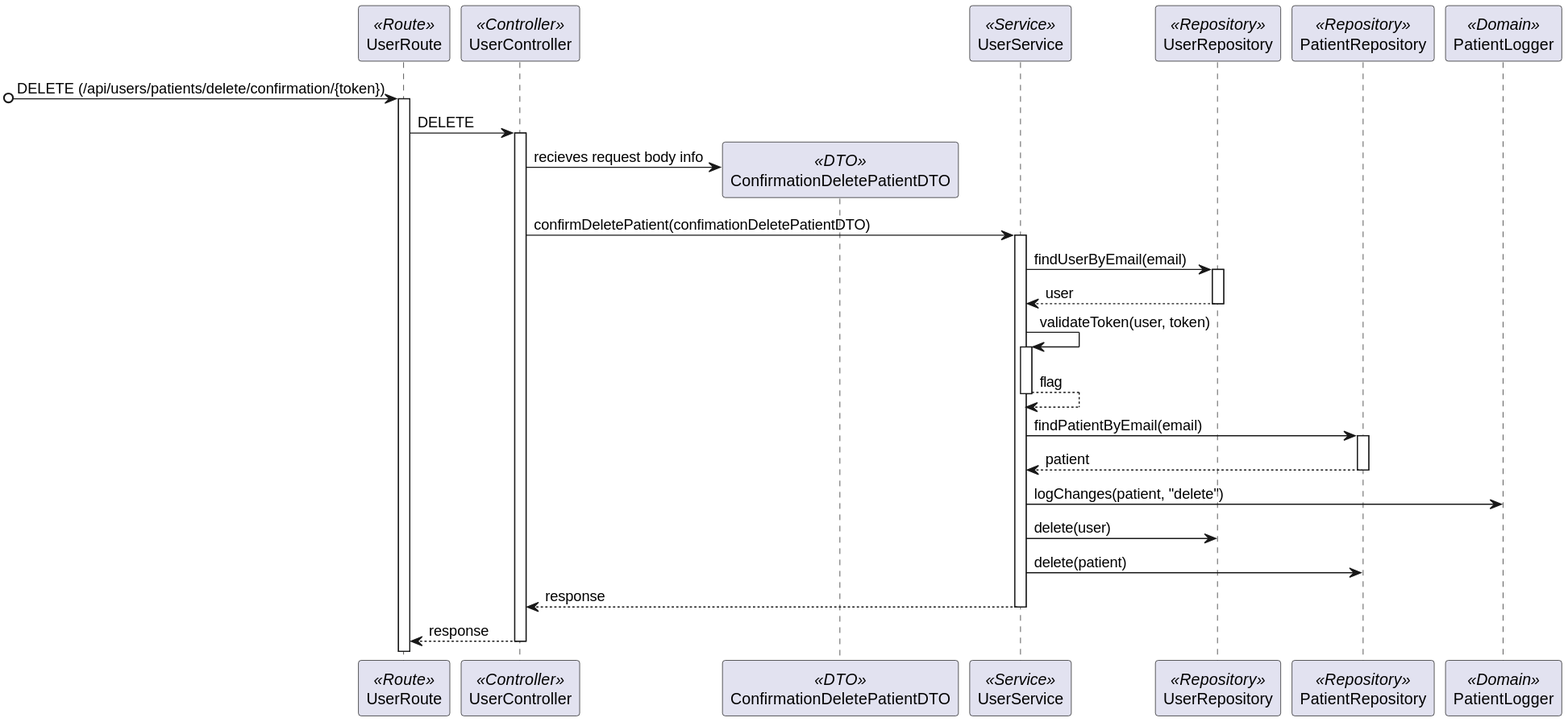
Before: docs/Sprint_1/US_5.1.5/L3/Process_View_Posterior_Confirmation.svg, a diagram exported from PlantUML (Rodrick0209/ISEP-SEM5PI-24-25). Source of this version:
```plantuml
@startuml
participant UserRoute as Route <<Route>>
participant UserController as Controller <<Controller>>
participant ConfirmationDeletePatientDTO as ConfirmationDTO <<DTO>>
participant UserService as Service <<Service>>
participant UserRepository as Repository <<Repository>>
participant PatientRepository as PatientRepository <<Repository>>
participant PatientLogger as PatientLogger <<Domain>>
[o-> Route : DELETE (/api/users/patients/delete/confirmation/{token})
activate Route
Route -> Controller : DELETE
activate Controller
Controller -> ConfirmationDTO** : recieves request body info
Controller -> Service : confirmDeletePatient(confimationDeletePatientDTO)
activate Service
Service -> Repository : findUserByEmail(email)
activate Repository
return user
Service -> Service : validateToken(user, token)
activate Service
return flag
Service -> PatientRepository : findPatientByEmail(email)
activate PatientRepository
return patient
Service -> PatientLogger: logChanges(patient, "delete")
Service -> Repository : delete(user)
Service -> PatientRepository : delete(patient)
return response
return response
@enduml
```
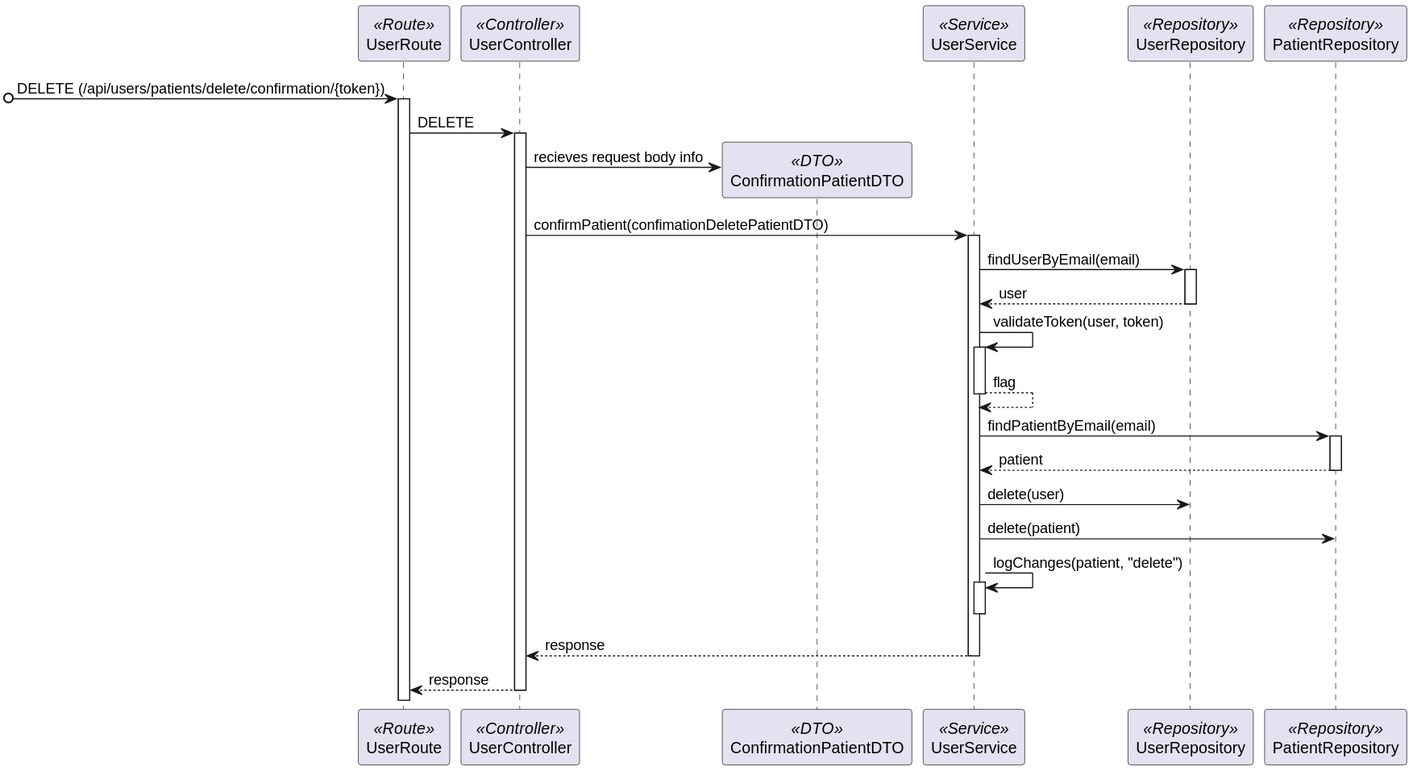
After the change.

What changed in the source:
```diff
@@ -1,17 +1,17 @@
 @startuml
 participant UserRoute as Route <<Route>>
 participant UserController as Controller <<Controller>>
-participant ConfirmationDeletePatientDTO as ConfirmationDTO <<DTO>>
+participant ConfirmationPatientDTO as ConfirmationDTO <<DTO>>
 participant UserService as Service <<Service>>
 participant UserRepository as Repository <<Repository>>
 participant PatientRepository as PatientRepository <<Repository>>
-participant PatientLogger as PatientLogger <<Domain>>
+
 [o-> Route : DELETE (/api/users/patients/delete/confirmation/{token})
 activate Route
 Route -> Controller : DELETE
 activate Controller
 Controller -> ConfirmationDTO** : recieves request body info
-Controller -> Service : confirmDeletePatient(confimationDeletePatientDTO)
+Controller -> Service : confirmPatient(confimationDeletePatientDTO)
 activate Service
 Service -> Repository : findUserByEmail(email)
 activate Repository
@@ -22,9 +22,11 @@
 Service -> PatientRepository : findPatientByEmail(email)
 activate PatientRepository
 return patient
-Service -> PatientLogger: logChanges(patient, "delete")
 Service -> Repository : delete(user)
 Service -> PatientRepository : delete(patient)
+Service -> Service: logChanges(patient, "delete")
+activate Service
+deactivate Service
 return response
 return response
 @enduml
```
